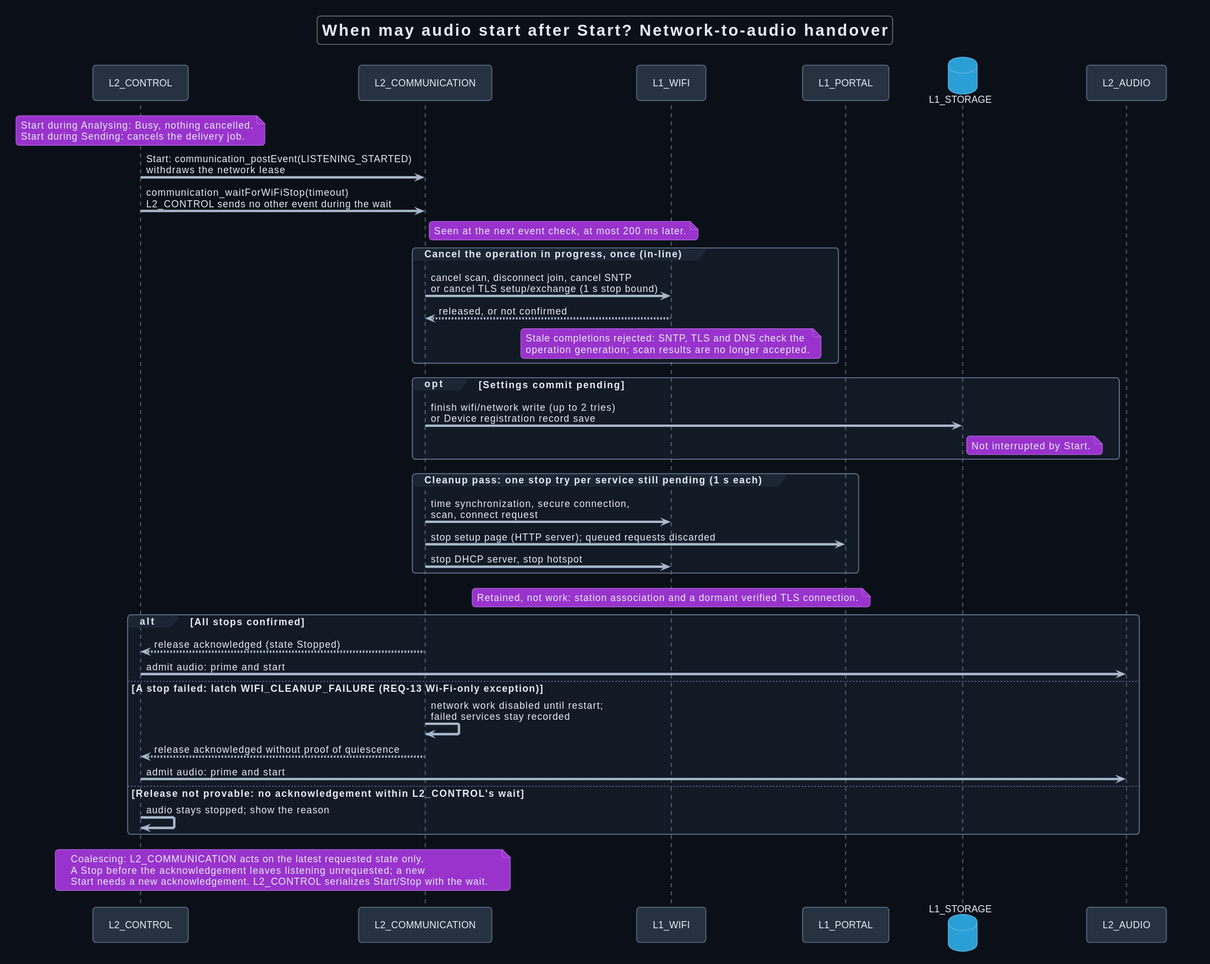
Above: Development/system/design/COMMUNICATION/rendered/network_audio_handover.svg in DemonicPsychoII/DigitalStethoscope (PlantUML), before the change.
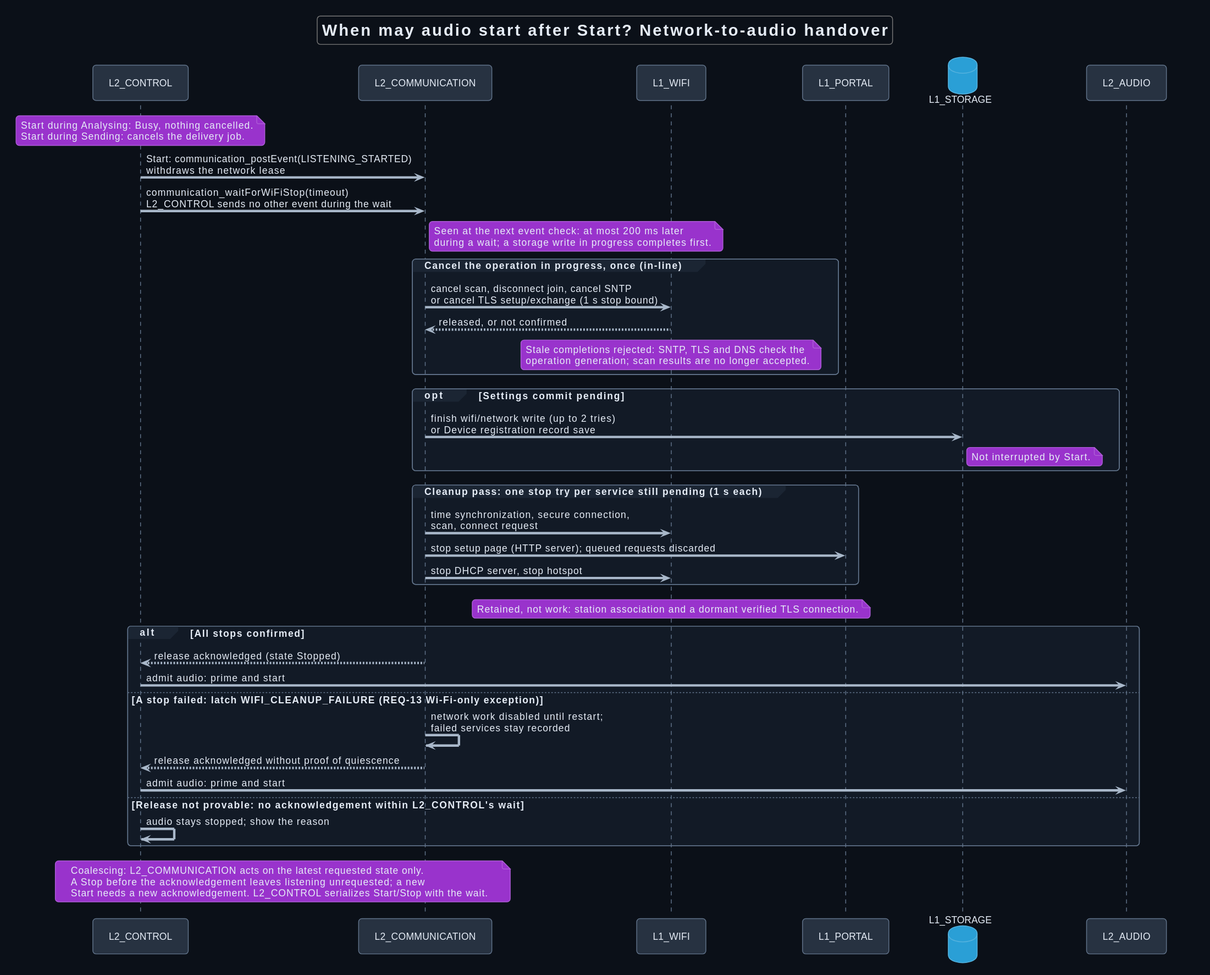
After the change.

Commit message:
documentation: describe the monitor stub, the event check bound and the retry conditions as they are

What changed in the source:
```diff
@@ -30,7 +30,8 @@
 CONTROL -> COMMUNICATION : Start: communication_postEvent(LISTENING_STARTED)\nwithdraws the network lease
 CONTROL -> COMMUNICATION : communication_waitForWiFiStop(timeout)\nL2_CONTROL sends no other event during the wait
 note right of COMMUNICATION
- Seen at the next event check, at most 200 ms later.
+ Seen at the next event check: at most 200 ms later
+ during a wait; a storage write in progress completes first.
 end note
 group Cancel the operation in progress, once (in-line)
  COMMUNICATION -> WIFI : cancel scan, disconnect join, cancel SNTP\nor cancel TLS setup/exchange (1 s stop bound)
```
